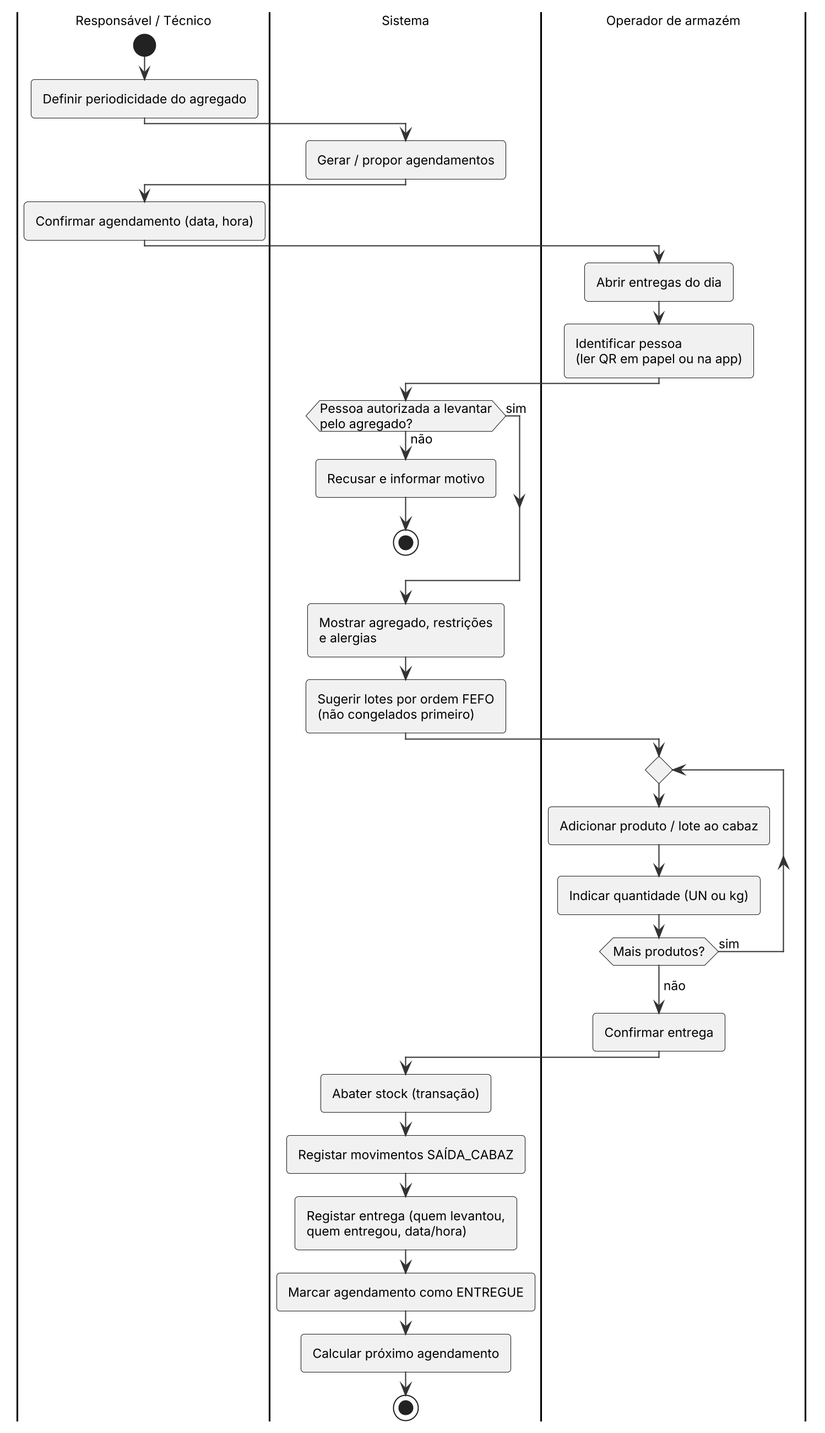
Before: Docs/diagramas/act_entrega_cabaz.png, a diagram exported from PlantUML (Miguel31028/GASC). Its diagram source:
```plantuml
@startuml
!include _estilo.iuml
|Responsável / Técnico|
start
:Definir periodicidade do agregado;
|Sistema|
:Gerar / propor agendamentos;
|Responsável / Técnico|
:Confirmar agendamento (data, hora);
|Operador de armazém|
:Abrir entregas do dia;
:Identificar pessoa\n(ler QR em papel ou na app);
|Sistema|
if (Pessoa autorizada a levantar\npelo agregado?) then (não)
  :Recusar e informar motivo;
  stop
else (sim)
endif
:Mostrar agregado, restrições\ne alergias;
:Sugerir lotes por ordem FEFO\n(não congelados primeiro);
|Operador de armazém|
repeat
  :Adicionar produto / lote ao cabaz;
  :Indicar quantidade (UN ou kg);
repeat while (Mais produtos?) is (sim)
->não;
:Confirmar entrega;
|Sistema|
:Abater stock (transação);
:Registar movimentos SAÍDA_CABAZ;
:Registar entrega (quem levantou,\nquem entregou, data/hora);
:Marcar agendamento como ENTREGUE;
:Calcular próximo agendamento;
stop
@enduml
```
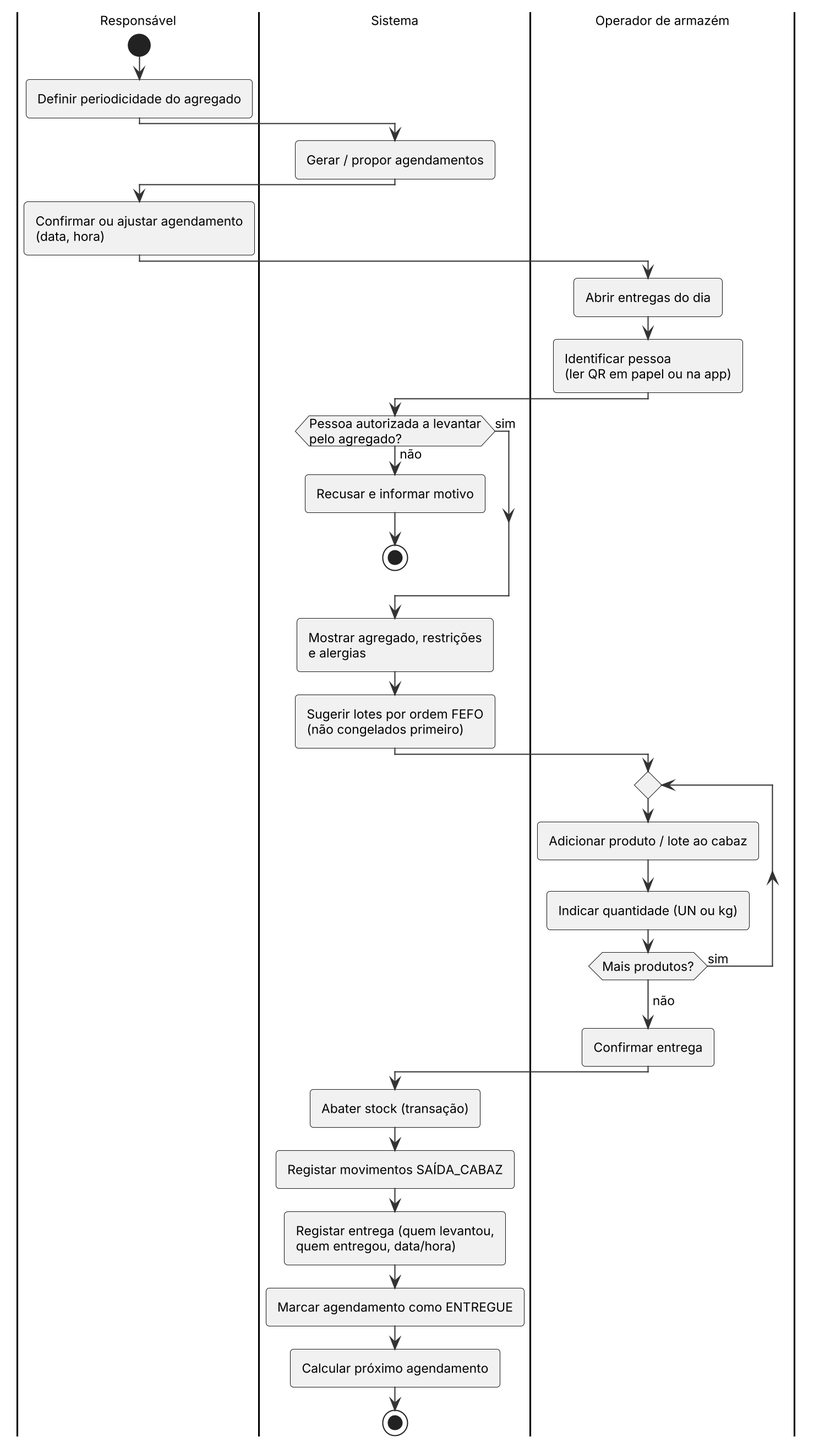
The same diagram one commit later.

What changed in the source:
```diff
@@ -1,12 +1,12 @@
 @startuml
 !include _estilo.iuml
-|Responsável / Técnico|
+|Responsável|
 start
 :Definir periodicidade do agregado;
 |Sistema|
 :Gerar / propor agendamentos;
-|Responsável / Técnico|
-:Confirmar agendamento (data, hora);
+|Responsável|
+:Confirmar ou ajustar agendamento\n(data, hora);
 |Operador de armazém|
 :Abrir entregas do dia;
 :Identificar pessoa\n(ler QR em papel ou na app);
```
